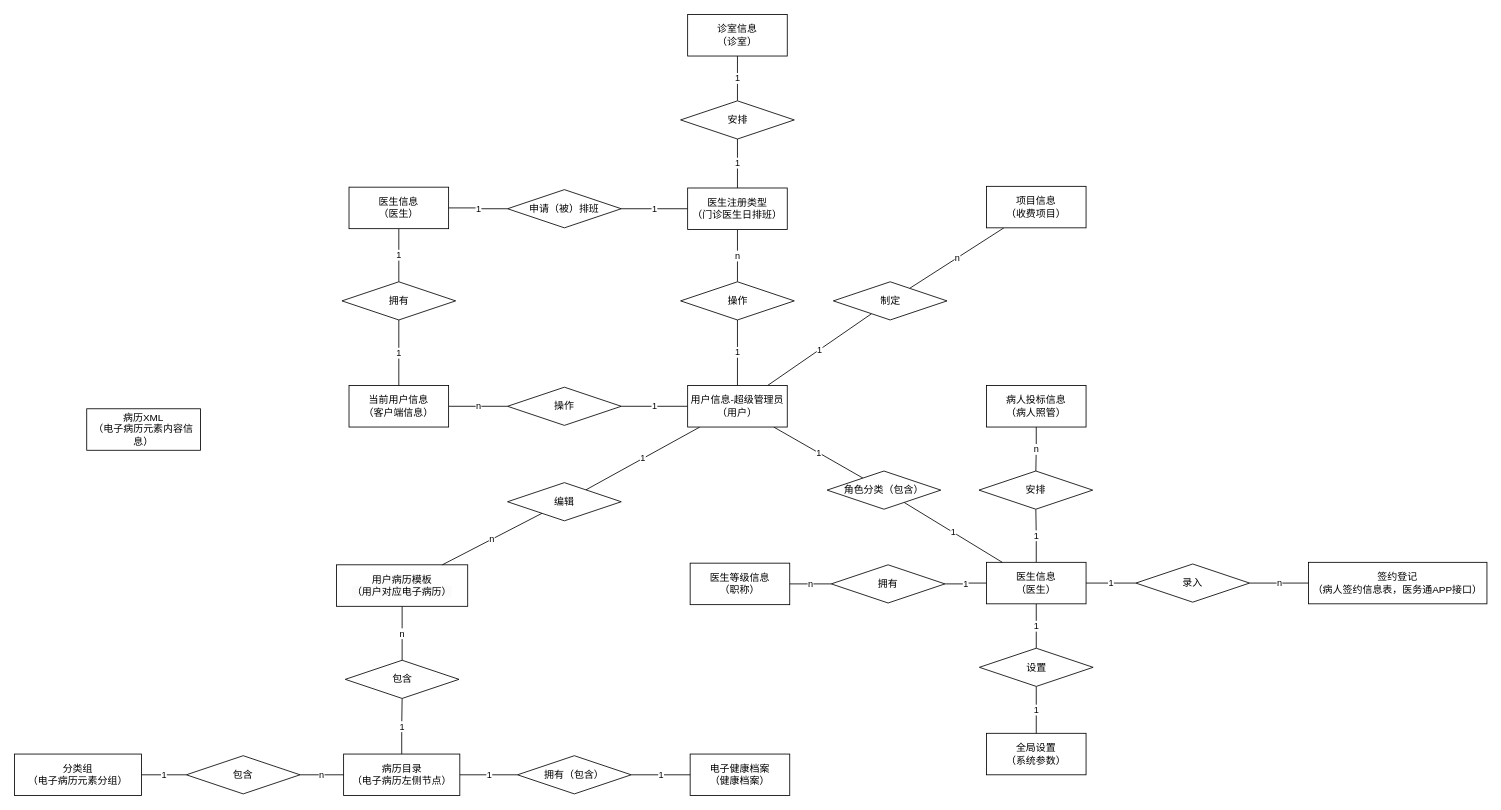
Above: ER病人端.drawio in uonono/ioDraw (draw.io), before the change. Source tidied: cells renumbered, new cells numbered last; positions are measured from the earlier drawing's top-left corner, leaving out a move shared by most shapes. Both pictures are drawn from the tidied source at 83%, with x=0, y=0 at pixel (14, 14).
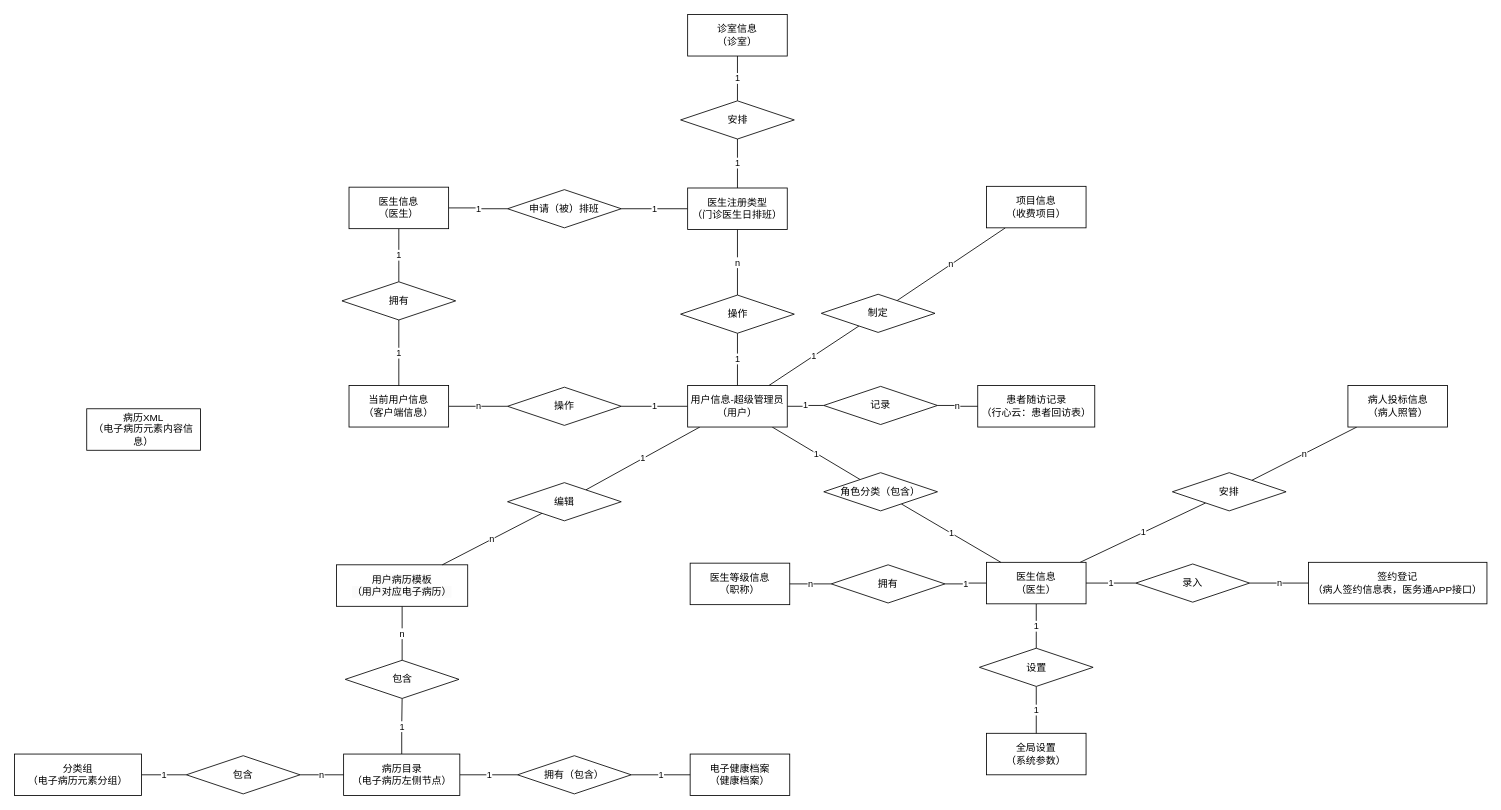
Above is the later version.

Commit message (it also covers changes not shown here):
更新ER病人端.drawio

The change refers to these unchanged cells:
```xml
<mxCell id="6" value="&lt;div&gt;&lt;span style=&quot;background-color: initial;&quot;&gt;医生信息&lt;/span&gt;&lt;/div&gt;&lt;div&gt;（医生）&lt;/div&gt;" style="rounded=0;whiteSpace=wrap;html=1;" parent="1" vertex="1">
  <mxGeometry x="1171" y="660" width="120" height="50" as="geometry" />
</mxCell>
<mxCell id="24" value="用户信息-超级管理员&lt;div&gt;（用户）&lt;/div&gt;" style="rounded=0;whiteSpace=wrap;html=1;" parent="1" vertex="1">
  <mxGeometry x="811" y="447" width="120" height="50" as="geometry" />
</mxCell>
```

Change to the diagram source:
```diff
@@
-    <mxCell id="5" value="1" style="edgeStyle=orthogonalEdgeStyle;rounded=0;jettySize=auto;html=1;endArrow=none;endFill=0;" parent="1" edge="1" source="6" target="18">
+    <mxCell id="5" value="1" style="rounded=0;jettySize=auto;html=1;endArrow=none;endFill=0;" parent="1" edge="1" source="6" target="18">
       <mxGeometry relative="1" as="geometry" />
     </mxCell>
@@
-    <mxCell id="16" value="n" style="edgeStyle=orthogonalEdgeStyle;rounded=0;jettySize=auto;html=1;endArrow=none;endFill=0;" parent="1" edge="1" source="17" target="18">
+    <mxCell id="16" value="n" style="rounded=0;jettySize=auto;html=1;endArrow=none;endFill=0;" parent="1" edge="1" source="17" target="18">
       <mxGeometry relative="1" as="geometry" />
     </mxCell>
     <mxCell id="17" value="病人投标信息&lt;div&gt;（病人照管）&lt;/div&gt;" style="rounded=0;whiteSpace=wrap;html=1;" parent="1" vertex="1">
-      <mxGeometry x="1171" y="447" width="120" height="50" as="geometry" />
+      <mxGeometry x="1606.5" y="447" width="120" height="50" as="geometry" />
     </mxCell>
     <mxCell id="18" value="安排" style="rhombus;whiteSpace=wrap;html=1;" parent="1" vertex="1">
-      <mxGeometry x="1162" y="550" width="137" height="46" as="geometry" />
+      <mxGeometry x="1395" y="552" width="137" height="46" as="geometry" />
     </mxCell>
@@
+    <mxCell id="63" value="1" style="edgeStyle=orthogonalEdgeStyle;rounded=0;jettySize=auto;html=1;endArrow=none;endFill=0;" parent="1" edge="1" source="24" target="66">
+      <mxGeometry relative="1" as="geometry" />
+    </mxCell>
@@
     <mxCell id="26" value="角色分类（包含）" style="rhombus;whiteSpace=wrap;html=1;" parent="1" vertex="1">
-      <mxGeometry x="979" y="550" width="137" height="46" as="geometry" />
+      <mxGeometry x="975" y="552" width="137" height="46" as="geometry" />
     </mxCell>
@@
     <mxCell id="39" value="操作" style="rhombus;whiteSpace=wrap;html=1;" parent="1" vertex="1">
-      <mxGeometry x="802.5" y="322" width="137" height="46" as="geometry" />
+      <mxGeometry x="802.5" y="338" width="137" height="46" as="geometry" />
     </mxCell>
@@
     <mxCell id="46" value="制定" style="rhombus;whiteSpace=wrap;html=1;" parent="1" vertex="1">
-      <mxGeometry x="986.5" y="322" width="137" height="46" as="geometry" />
+      <mxGeometry x="972" y="337" width="137" height="46" as="geometry" />
     </mxCell>
@@
+    <mxCell id="64" value="患者随访记录&lt;div&gt;（行心云：患者回访表）&lt;/div&gt;" style="rounded=0;whiteSpace=wrap;html=1;" parent="1" vertex="1">
+      <mxGeometry x="1160.5" y="447" width="141" height="50" as="geometry" />
+    </mxCell>
+    <mxCell id="65" value="n" style="edgeStyle=orthogonalEdgeStyle;rounded=0;jettySize=auto;html=1;endArrow=none;endFill=0;" parent="1" edge="1" source="66" target="64">
+      <mxGeometry relative="1" as="geometry" />
+    </mxCell>
+    <mxCell id="66" value="记录" style="rhombus;whiteSpace=wrap;html=1;" parent="1" vertex="1">
+      <mxGeometry x="975" y="448" width="137" height="46" as="geometry" />
+    </mxCell>
```
